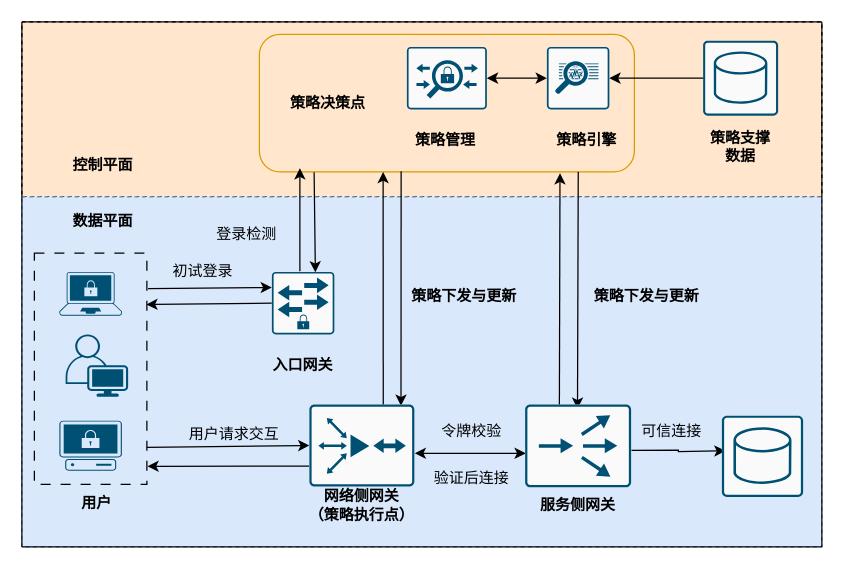
This is 整体架构.drawio from Norton-Lin/Picture, a draw.io file, before an edit. Source tidied: cells renumbered, new cells numbered last; positions are measured from the earlier drawing's top-left corner, leaving out a move shared by most shapes. Both pictures are drawn from the tidied source at 125%, with x=0, y=0 at pixel (21, 21).
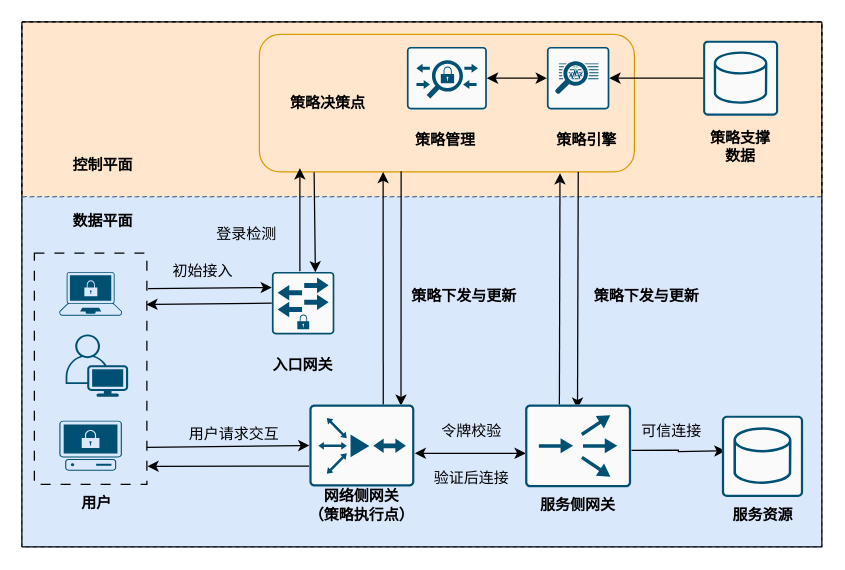
Above is the later version.

Commit message:
更新整体架构.drawio

What changed in the source:
```diff
@@
-    <mxCell id="28" value="初试登录" style="text;html=1;align=center;verticalAlign=middle;whiteSpace=wrap;rounded=0;" parent="1" vertex="1">
+    <mxCell id="28" value="初始接入" style="text;html=1;align=center;verticalAlign=middle;whiteSpace=wrap;rounded=0;" parent="1" vertex="1">
       <mxGeometry x="105" y="185" width="80" height="30" as="geometry" />
     </mxCell>
@@
+    <mxCell id="55" value="&lt;div&gt;&lt;font style=&quot;color: rgb(0, 0, 0);&quot;&gt;&lt;b&gt;服务资源&lt;/b&gt;&lt;/font&gt;&lt;/div&gt;" style="text;html=1;align=center;verticalAlign=middle;whiteSpace=wrap;rounded=0;" parent="1" vertex="1">
+      <mxGeometry x="552.5" y="380" width="80" height="30" as="geometry" />
+    </mxCell>
```
